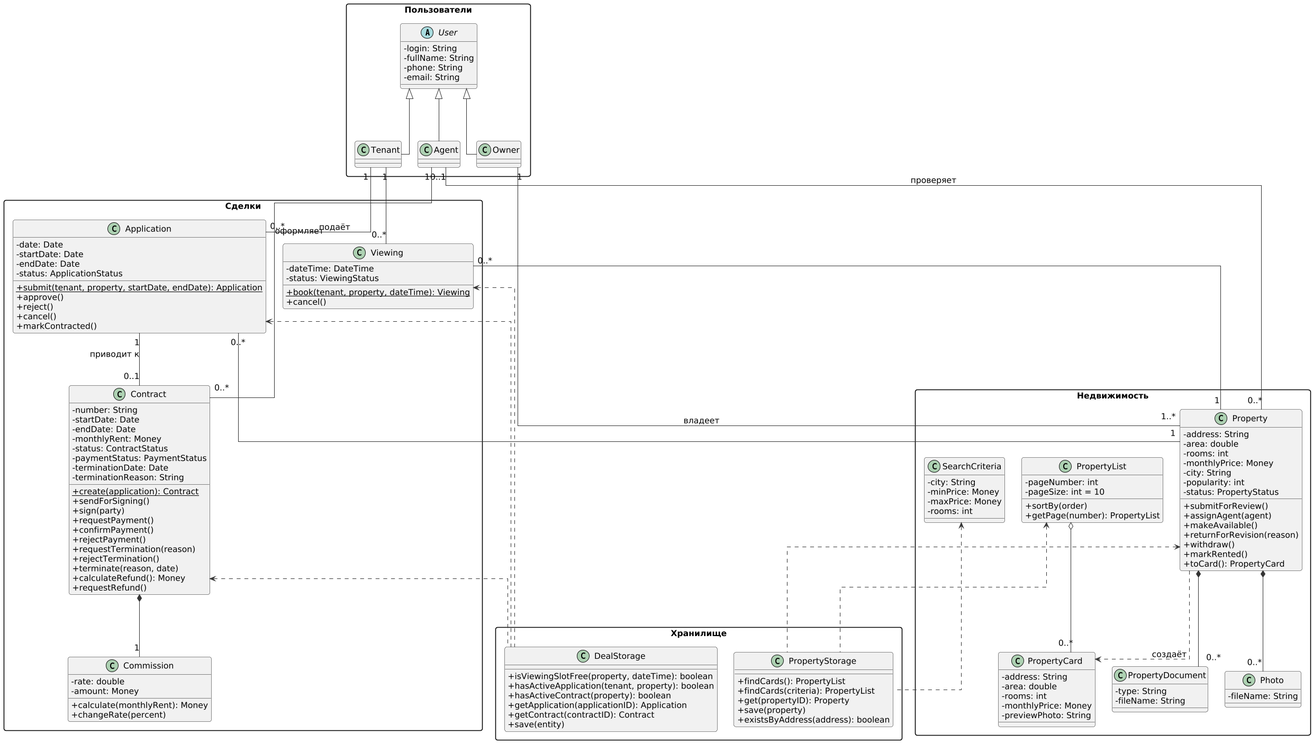
Earlier version of the PlantUML export image/ДиаграммаКлассов.png (penamarth/bsbo-11-24_team2_var8_rentagency).
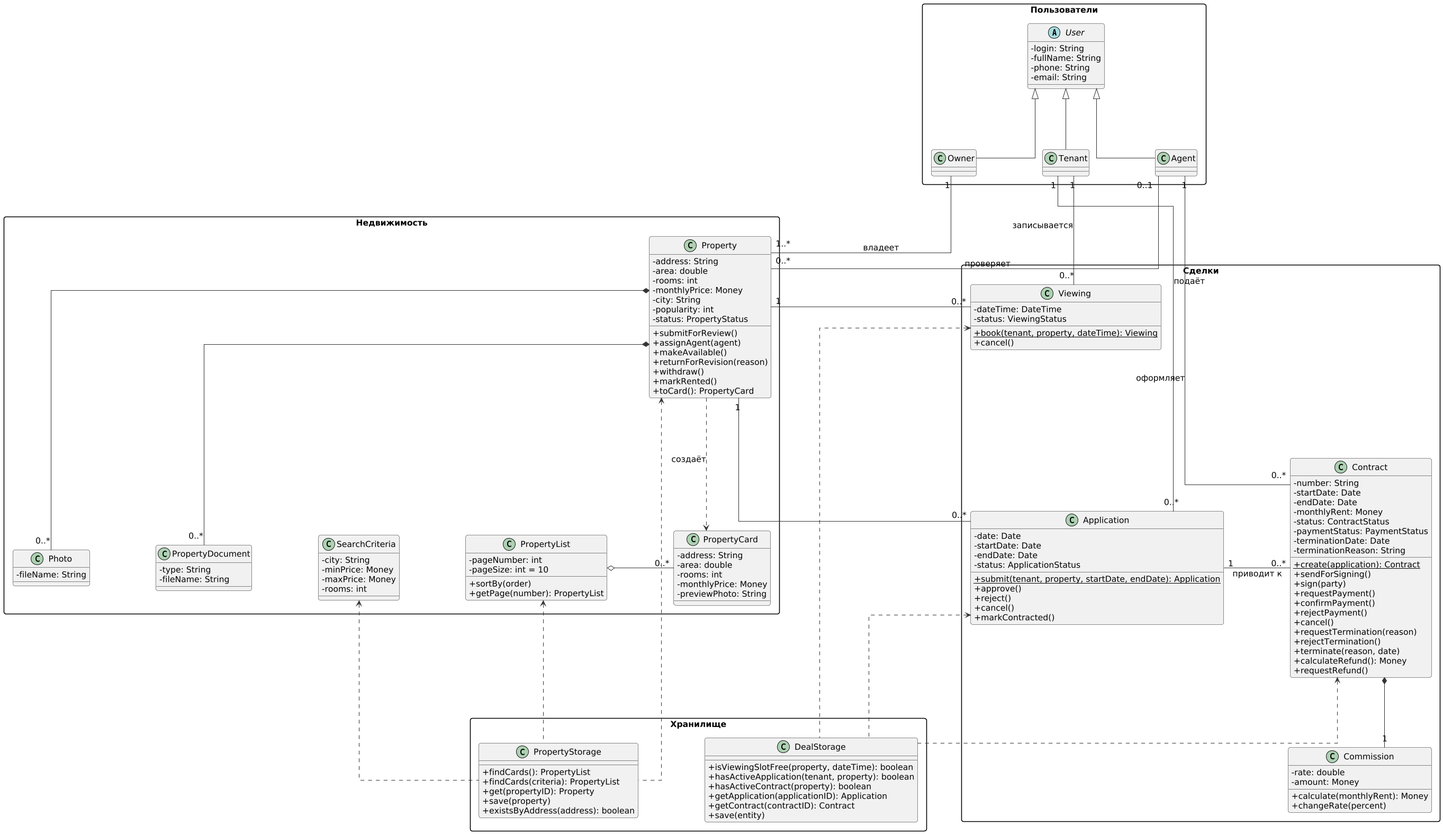
Later version of the same file.

Change to the diagram source:
```diff
@@ -6,12 +6,12 @@
 skinparam roundCorner 8
 skinparam ArrowColor #333333
 skinparam backgroundColor white
+skinparam linetype ortho
 skinparam classAttributeIconSize 0
 skinparam packageStyle rectangle
-skinparam ranksep 95
+skinparam ranksep 110
 skinparam nodesep 40
-skinparam nodesep 30
-skinparam linetype ortho
+skinparam nodesep 120
 
 package "Пользователи" {
   abstract class User {
@@ -23,6 +23,54 @@
   class Tenant
   class Owner
   class Agent
+}
+
+package "Сделки" {
+  class Viewing {
+    - dateTime: DateTime
+    - status: ViewingStatus
+    + {static} book(tenant, property, dateTime): Viewing
+    + cancel()
+  }
+  class Application {
+    - date: Date
+    - startDate: Date
+    - endDate: Date
+    - status: ApplicationStatus
+    + {static} submit(tenant, property, startDate, endDate): Application
+    + approve()
+    + reject()
+    + cancel()
+    + markContracted()
+  }
+  class Contract {
+    - number: String
+    - startDate: Date
+    - endDate: Date
+    - monthlyRent: Money
+    - status: ContractStatus
+    - paymentStatus: PaymentStatus
+    - terminationDate: Date
+    - terminationReason: String
+    + {static} create(application): Contract
+    + sendForSigning()
+    + sign(party)
+    + requestPayment()
+    + confirmPayment()
+    + rejectPayment()
+    + cancel()
+    + requestTermination(reason)
+    + rejectTermination()
+    + terminate(reason, date)
+    + calculateRefund(): Money
+    + requestRefund()
+  }
+  class Commission {
+    - rate: double
+    - amount: Money
+    + calculate(monthlyRent): Money
+    + changeRate(percent)
+  }
 }
 
 package "Недвижимость" {
@@ -70,53 +118,6 @@
   }
 }
 
-package "Сделки" {
-  class Viewing {
-    - dateTime: DateTime
-    - status: ViewingStatus
-    + {static} book(tenant, property, dateTime): Viewing
-    + cancel()
-  }
-  class Application {
-    - date: Date
-    - startDate: Date
-    - endDate: Date
-    - status: ApplicationStatus
-    + {static} submit(tenant, property, startDate, endDate): Application
-    + approve()
-    + reject()
-    + cancel()
-    + markContracted()
-  }
-  class Contract {
-    - number: String
-    - startDate: Date
-    - endDate: Date
-    - monthlyRent: Money
-    - status: ContractStatus
-    - paymentStatus: PaymentStatus
-    - terminationDate: Date
-    - terminationReason: String
-    + {static} create(application): Contract
-    + sendForSigning()
-    + sign(party)
-    + requestPayment()
-    + confirmPayment()
-    + rejectPayment()
-    + requestTermination(reason)
-    + rejectTermination()
-    + terminate(reason, date)
-    + calculateRefund(): Money
-    + requestRefund()
-  }
-  class Commission {
-    - rate: double
-    - amount: Money
-    + calculate(monthlyRent): Money
-    + changeRate(percent)
-  }
-}
-
 package "Хранилище" {
   class PropertyStorage {
     + findCards(): PropertyList
@@ -139,21 +140,27 @@
 Tenant -up-|> User
 Agent -up-|> User
 Owner -up-|> User
+Owner -[hidden]right- Tenant
+Tenant -[hidden]right- Agent
 
-Owner "1" -- "1..*" Property : владеет
+Owner "1" -down- "1..*" Property : владеет
 Agent "0..1" -- "0..*" Property : проверяет
 Property *-- "0..*" Photo
 Property *-- "0..*" PropertyDocument
-Property ..> PropertyCard : создаёт
-PropertyList o-- "0..*" PropertyCard
+Property .down.> PropertyCard : создаёт
+PropertyList o-right- "0..*" PropertyCard
 
-Tenant "1" -- "0..*" Application : подаёт
-Application "0..*" -- "1" Property
-Tenant "1" -- "0..*" Viewing
-Viewing "0..*" -- "1" Property
-Application "1" -- "0..1" Contract : приводит к
-Agent "1" -- "0..*" Contract : оформляет
-Contract *-- "1" Commission
+Tenant "1" -down- "0..*" Viewing : записывается
+Tenant "1" -down- "0..*" Application : подаёт
+Viewing "0..*" -left- "1" Property
+Application "0..*" -left- "1" Property
+Application "1" -right- "0..*" Contract : приводит к
+Agent "1" -down- "0..*" Contract : оформляет
+Contract *-down- "1" Commission
+Viewing -[hidden]down- Application
+Photo -[hidden]right- PropertyDocument
+PropertyDocument -[hidden]right- SearchCriteria
+SearchCriteria -[hidden]right- PropertyList
 
 PropertyStorage .up.> Property
 PropertyStorage .up.> PropertyList
@@ -161,5 +168,4 @@
 DealStorage .up.> Application
 DealStorage .up.> Contract
 DealStorage .up.> Viewing
-
 @enduml
```
